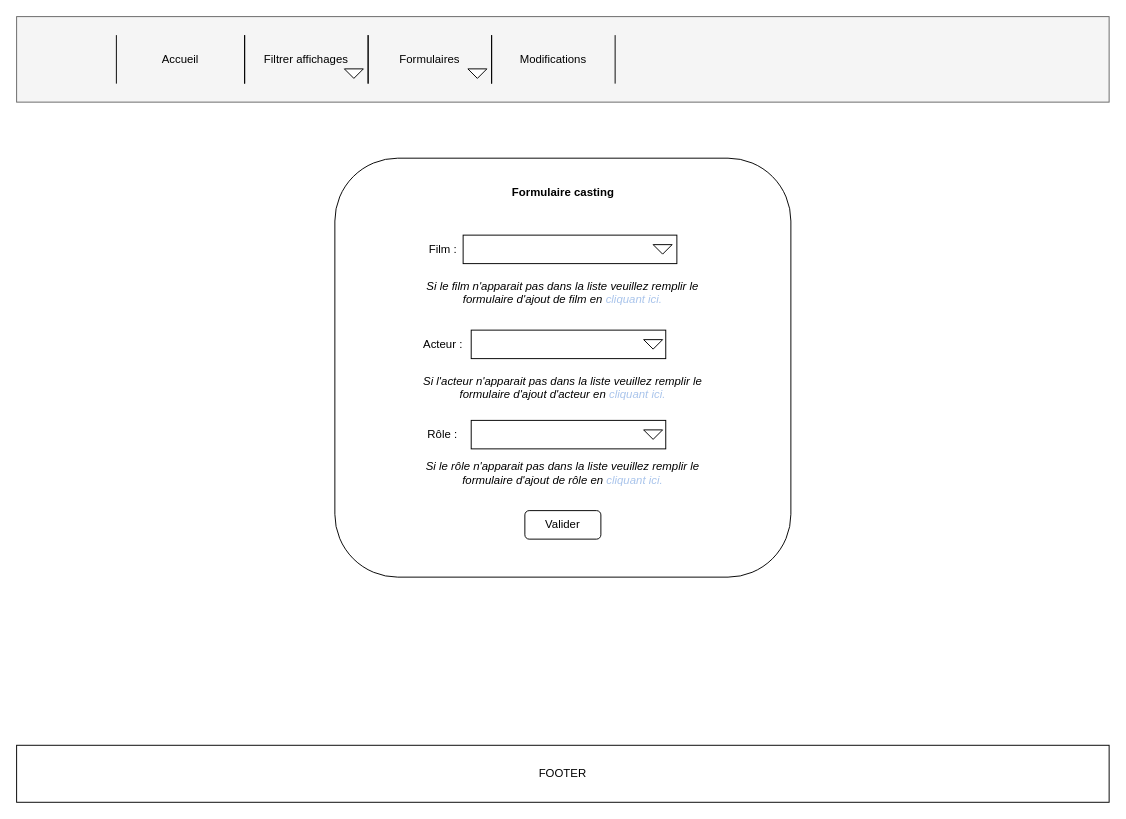
Earlier version of the draw.io diagram formulaire casting.drawio (JeanNoLimit/appli_cinema). Source tidied: cells renumbered, new cells numbered last; positions are measured from the earlier drawing's top-left corner, leaving out a move shared by most shapes. Both pictures are drawn from the tidied source at 95%, with x=0, y=0 at pixel (16, 16).
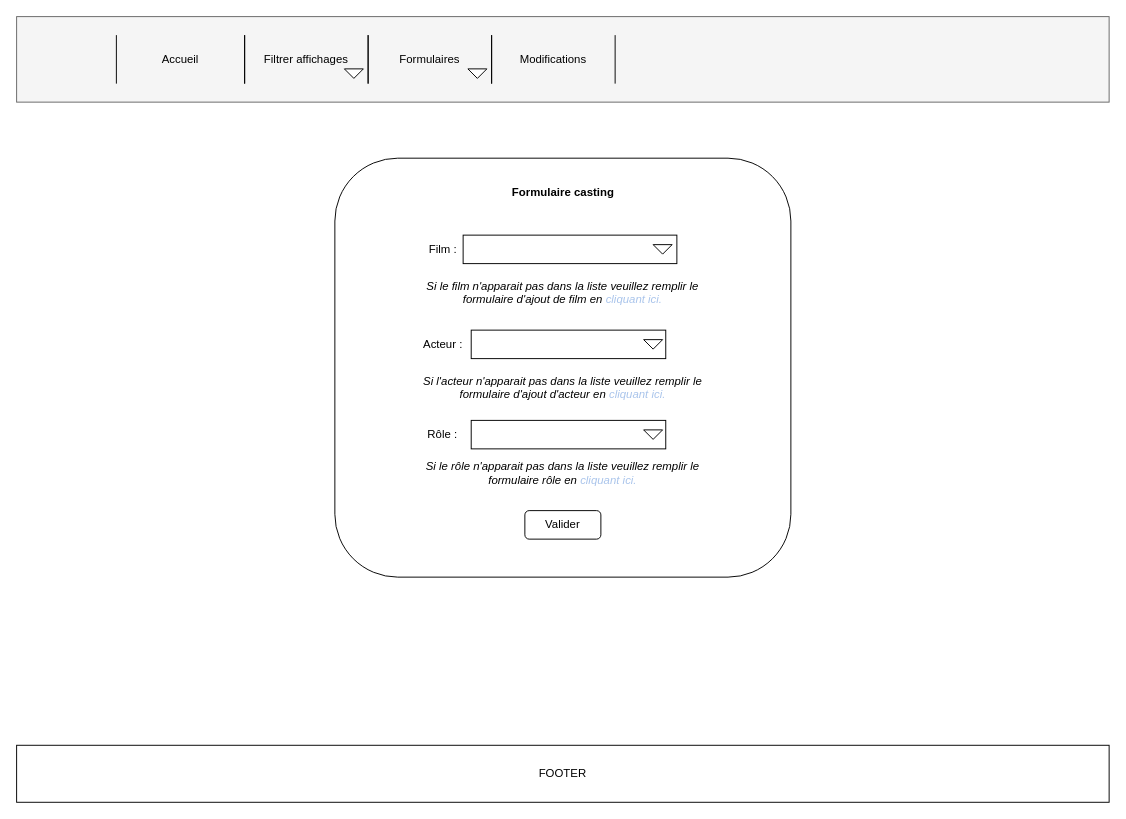
The same diagram, later.

Commit message (it also covers changes not shown here):
Mettre à jour formulaire casting.drawio

Diff of the diagram source:
```diff
@@
-    <mxCell id="24" value="&lt;div align=&quot;center&quot;&gt;&lt;i&gt;Si le rôle n'apparait pas dans la liste veuillez remplir le formulaire d'ajout de rôle en &lt;font color=&quot;#a9c4eb&quot;&gt;cliquant ici.&lt;/font&gt;&lt;/i&gt;&lt;/div&gt;" style="text;whiteSpace=wrap;html=1;align=center;" parent="1" vertex="1">
+    <mxCell id="24" value="&lt;div align=&quot;center&quot;&gt;&lt;i&gt;Si le rôle n'apparait pas dans la liste veuillez remplir le formulaire rôle en &lt;font color=&quot;#a9c4eb&quot;&gt;cliquant ici.&lt;/font&gt;&lt;/i&gt;&lt;/div&gt;" style="text;whiteSpace=wrap;html=1;align=center;" parent="1" vertex="1">
       <mxGeometry x="415" y="460" width="320" height="50" as="geometry" />
     </mxCell>
```
